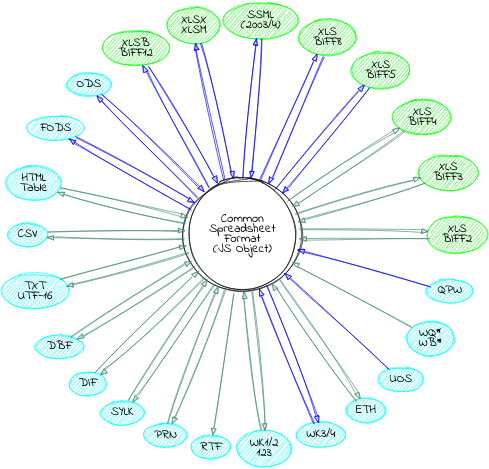
The Graphviz diagram formats.png in KingTiger001/sheet-project, before a commit. Its source is kept beside it as misc/formats.dot.
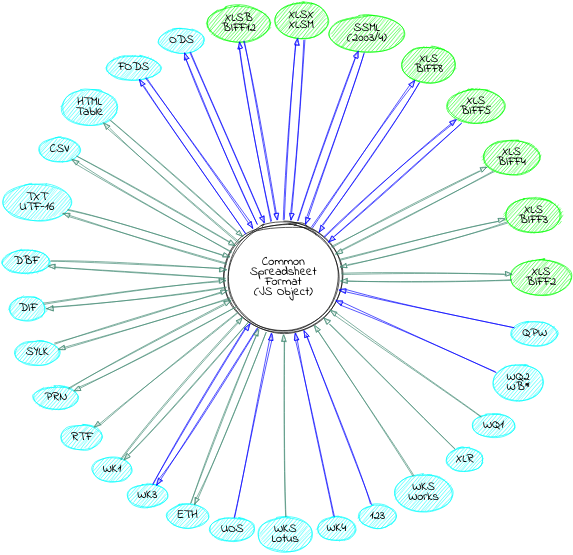
Later version of the same file.

Diff of the diagram source:
```diff
@@ -27,9 +27,15 @@
 		slk   [label="SYLK"];
 		prn   [label="PRN"];
 		rtf   [label="RTF"];
-		wk1   [label="WK1/2\n123"];
-		wk3   [label="WK3/4"];
-		wqb   [label="WQ*\nWB*"];
+		wk1   [label="WK1"];
+		wksl  [label="WKS\nLotus"];
+		wk3   [label="WK3"];
+		wk4   [label="WK4"]
+		123   [label="123"];
+		wksm  [label="WKS\nWorks"];
+		xlr   [label="XLR"];
+		wq1   [label="WQ1"];
+		wq2   [label="WQ2\nWB*"];
 		qpw   [label="QPW"];
 		eth   [label="ETH"];
 	}
@@ -46,6 +52,7 @@
 		xls5 -> csf
 		csf -> xls8
 		xls8 -> csf
+		wq2 -> csf
 		ods -> csf
 		csf -> ods
 		fods -> csf
@@ -53,6 +60,8 @@
 		uos -> csf
 		wk3 -> csf
 		csf -> wk3
+		wk4 -> csf
+		123 -> csf
 		qpw -> csf
 	}
 	subgraph WORKSHEET {
@@ -68,7 +77,10 @@
 		csf -> dif
 		wk1 -> csf
 		csf -> wk1
-		wqb -> csf
+		xlr -> csf
+		wq1 -> csf
+		wksl -> csf
+		wksm -> csf
 		dif -> csf
 		csf -> rtf
 		prn -> csf
```
